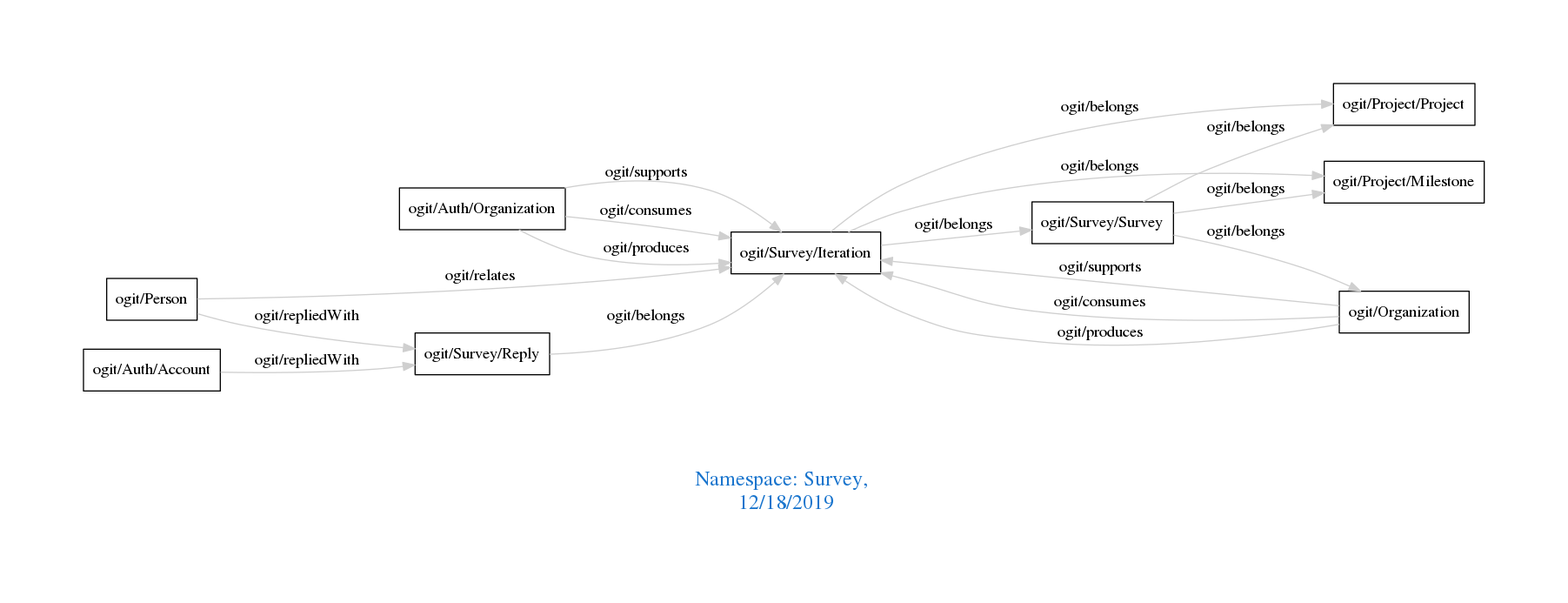
Earlier version of the Graphviz export downloads/Survey.png (arago/OGIT). Its source is kept beside it as downloads/Survey.dot.
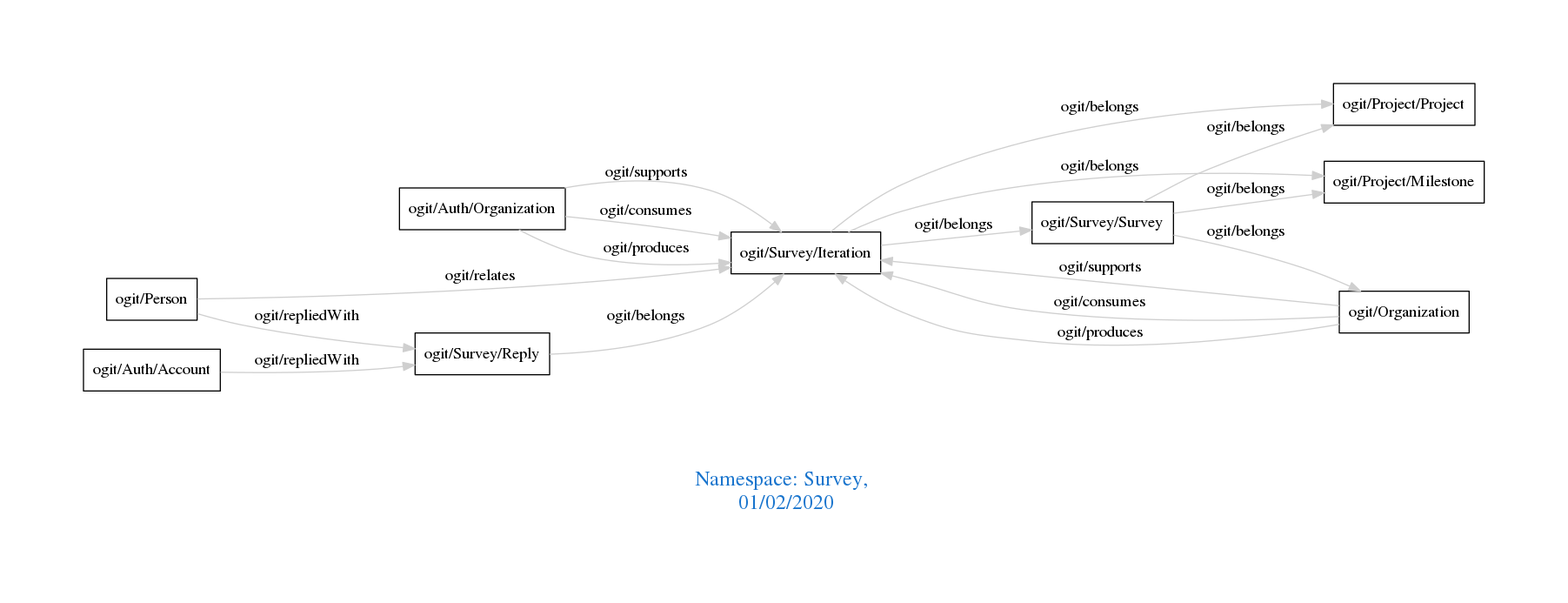
The same file after the commit.

What changed in the source:
```diff
@@ -1,7 +1,7 @@
 digraph OGIT_ontology {
  graph [ rankdir= LR,pad=1
 fontsize = 18,
-fontcolor= dodgerblue3,label = "\n\n\nNamespace: Survey, \n 12/18/2019"];
+fontcolor= dodgerblue3,label = "\n\n\nNamespace: Survey, \n 01/02/2020"];
 node[shape=polygon];
 edge [  color="gray81"];
 
```
